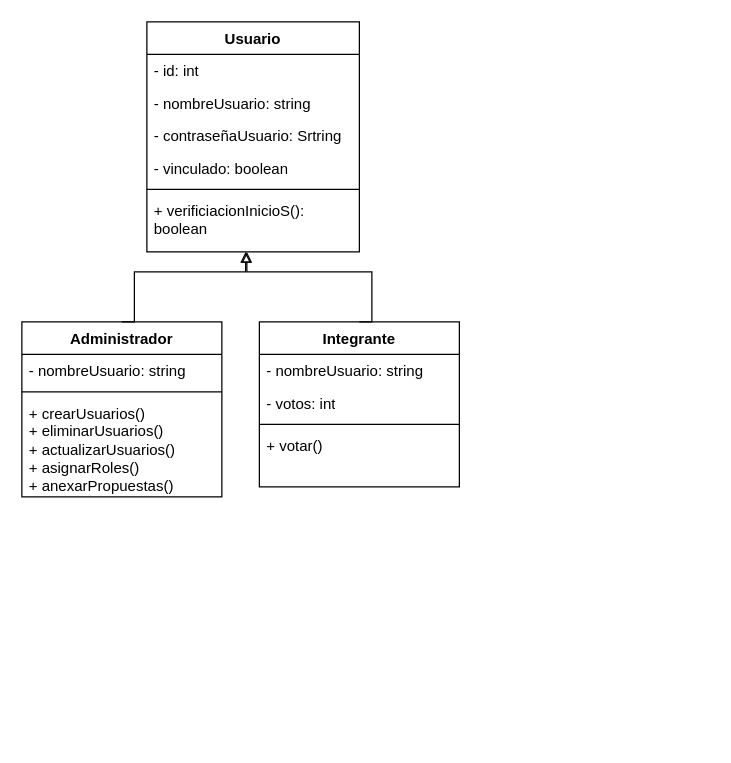
Andres-Nicolas/Diagramas keeps this draw.io diagram as DiagraClases_ER.drawio. Above is the earlier version. Source tidied: cells renumbered, new cells numbered last; positions are measured from the earlier drawing's top-left corner, leaving out a move shared by most shapes. Both pictures are drawn from the tidied source at 125%, with x=0, y=0 at pixel (21, 21).
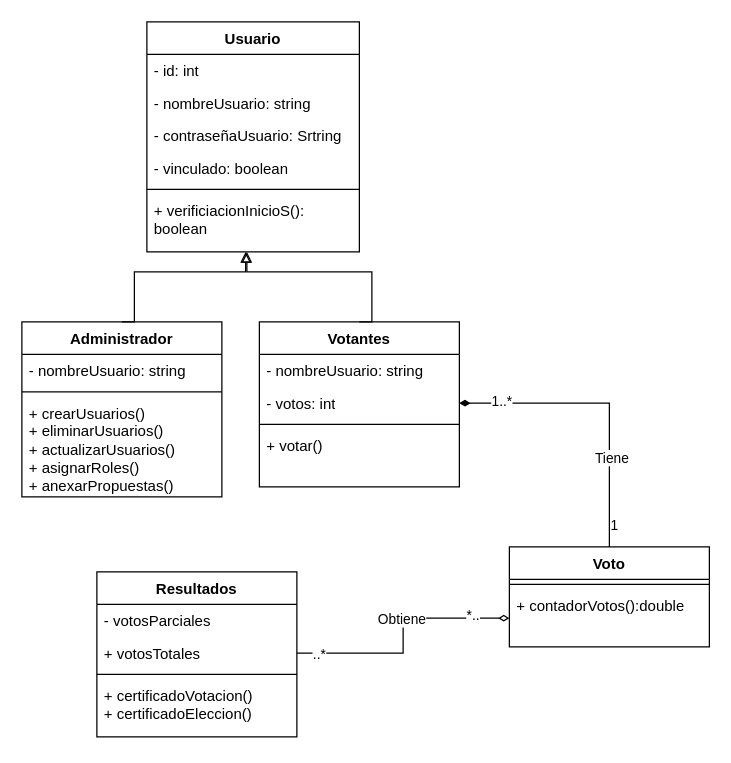
After the change.

Unchanged cells that the change refers to:
```xml
<mxCell id="16" value="- votos: int" style="text;strokeColor=none;fillColor=none;align=left;verticalAlign=top;spacingLeft=4;spacingRight=4;overflow=hidden;points=[[0,0.5],[1,0.5]];portConstraint=eastwest;whiteSpace=wrap;html=1;" parent="14" vertex="1">
  <mxGeometry y="52" width="160" height="26" as="geometry" />
</mxCell>
```

What changed in the source:
```diff
@@
-    <mxCell id="14" value="Integrante" style="swimlane;fontStyle=1;align=center;verticalAlign=top;horizontal=1;startSize=26;whiteSpace=wrap;html=1;" parent="1" vertex="1">
+    <mxCell id="14" value="Votantes" style="swimlane;fontStyle=1;align=center;verticalAlign=top;horizontal=1;startSize=26;whiteSpace=wrap;html=1;" parent="1" vertex="1">
       <mxGeometry x="190" y="240" width="160" height="132" as="geometry" />
     </mxCell>
@@
+    <mxCell id="20" value="Voto" style="swimlane;fontStyle=1;align=center;verticalAlign=top;horizontal=1;startSize=26;whiteSpace=wrap;html=1;" parent="1" vertex="1">
+      <mxGeometry x="390" y="420" width="160" height="80" as="geometry" />
+    </mxCell>
+    <mxCell id="21" style="line;strokeWidth=1;fillColor=none;align=left;verticalAlign=middle;spacingTop=-1;spacingLeft=3;spacingRight=3;labelPosition=right;strokeColor=inherit;" parent="20" vertex="1">
+      <mxGeometry y="26" width="160" height="8" as="geometry" />
+    </mxCell>
+    <mxCell id="22" value="+ contadorVotos():double" style="text;strokeColor=none;fillColor=none;align=left;verticalAlign=top;spacingLeft=4;spacingRight=4;overflow=hidden;points=[[0,0.5],[1,0.5]];portConstraint=eastwest;whiteSpace=wrap;html=1;" parent="20" vertex="1">
+      <mxGeometry y="34" width="160" height="46" as="geometry" />
+    </mxCell>
+    <mxCell id="23" style="endArrow=diamondThin;html=1;rounded=0;endFill=1;exitX=0.5;exitY=0;exitDx=0;exitDy=0;edgeStyle=elbowEdgeStyle;elbow=vertical;entryX=1;entryY=0.5;entryDx=0;entryDy=0;" parent="1" edge="1" source="20" target="16">
+      <mxGeometry relative="1" as="geometry">
+        <Array as="points">
+          <mxPoint x="400" y="305" />
+        </Array>
+      </mxGeometry>
+    </mxCell>
+    <mxCell id="24" value="1" style="edgeLabel;html=1;align=center;verticalAlign=middle;" parent="23" vertex="1">
+      <mxGeometry x="-0.85" y="-3" relative="1" as="geometry" />
+    </mxCell>
+    <mxCell id="25" value="1..*" style="edgeLabel;html=1;align=center;verticalAlign=middle;" parent="23" vertex="1">
+      <mxGeometry x="0.88" y="-2" relative="1" as="geometry">
+        <mxPoint x="19" as="offset" />
+      </mxGeometry>
+    </mxCell>
+    <mxCell id="26" value="Tiene" style="edgeLabel;html=1;align=center;verticalAlign=middle;" parent="23" vertex="1">
+      <mxGeometry x="-0.39" y="-1" relative="1" as="geometry" />
+    </mxCell>
+    <mxCell id="27" value="Resultados" style="swimlane;fontStyle=1;align=center;verticalAlign=top;horizontal=1;startSize=26;whiteSpace=wrap;html=1;" parent="1" vertex="1">
+      <mxGeometry x="60" y="440" width="160" height="132" as="geometry" />
+    </mxCell>
+    <mxCell id="28" value="- votosParciales" style="text;strokeColor=none;fillColor=none;align=left;verticalAlign=top;spacingLeft=4;spacingRight=4;overflow=hidden;whiteSpace=wrap;html=1;" parent="27" vertex="1">
+      <mxGeometry y="26" width="160" height="26" as="geometry" />
+    </mxCell>
+    <mxCell id="29" value="+ votosTotales" style="text;strokeColor=none;fillColor=none;align=left;verticalAlign=top;spacingLeft=4;spacingRight=4;overflow=hidden;points=[[0,0.5],[1,0.5]];portConstraint=eastwest;whiteSpace=wrap;html=1;" parent="27" vertex="1">
+      <mxGeometry y="52" width="160" height="26" as="geometry" />
+    </mxCell>
+    <mxCell id="30" style="line;strokeWidth=1;fillColor=none;align=left;verticalAlign=middle;spacingTop=-1;spacingLeft=3;spacingRight=3;labelPosition=right;strokeColor=inherit;" parent="27" vertex="1">
+      <mxGeometry y="78" width="160" height="8" as="geometry" />
+    </mxCell>
+    <mxCell id="31" value="+ certificadoVotacion()&lt;br&gt;+ certificadoEleccion()" style="text;strokeColor=none;fillColor=none;align=left;verticalAlign=top;spacingLeft=4;spacingRight=4;overflow=hidden;whiteSpace=wrap;html=1;" parent="27" vertex="1">
+      <mxGeometry y="86" width="160" height="46" as="geometry" />
+    </mxCell>
+    <mxCell id="32" style="endArrow=diamondThin;html=1;rounded=0;exitX=1;exitY=0.5;exitDx=0;exitDy=0;entryX=0;entryY=0.5;entryDx=0;entryDy=0;edgeStyle=orthogonalEdgeStyle;startArrow=none;startFill=0;endFill=0;" parent="1" edge="1" source="29" target="22">
+      <mxGeometry relative="1" as="geometry" />
+    </mxCell>
+    <mxCell id="33" value="*.." style="edgeLabel;html=1;align=center;verticalAlign=middle;" parent="32" vertex="1">
+      <mxGeometry x="0.7" y="3" relative="1" as="geometry" />
+    </mxCell>
+    <mxCell id="34" value="..*" style="edgeLabel;html=1;align=center;verticalAlign=middle;" parent="32" vertex="1">
+      <mxGeometry x="-0.83" relative="1" as="geometry" />
+    </mxCell>
+    <mxCell id="35" value="Obtiene" style="edgeLabel;html=1;align=center;verticalAlign=middle;" parent="32" vertex="1">
+      <mxGeometry x="0.14" y="-2" relative="1" as="geometry">
+        <mxPoint x="-2" y="-2" as="offset" />
+      </mxGeometry>
+    </mxCell>
```
